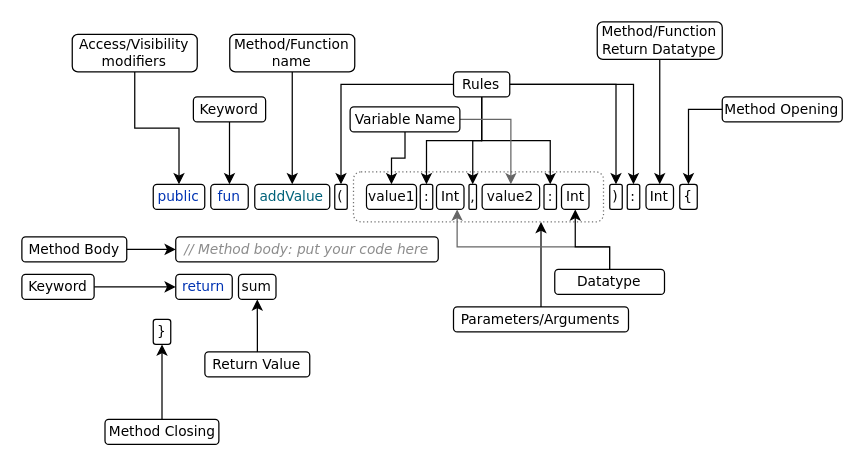
Earlier version of the draw.io diagram page "Page-7" (7 of 10) of Tutorial - Kotlin/Kotlin Tutorial For Beginners/Kotlin Tutorial For Beginners - 02 Variables.drawio (rzrasel/temp-and-app). Source tidied: cells renumbered, new cells numbered last; positions are measured from the earlier drawing's top-left corner, leaving out a move shared by most shapes. Both pictures are drawn from the tidied source at 125%, with x=0, y=0 at pixel (21, 21).
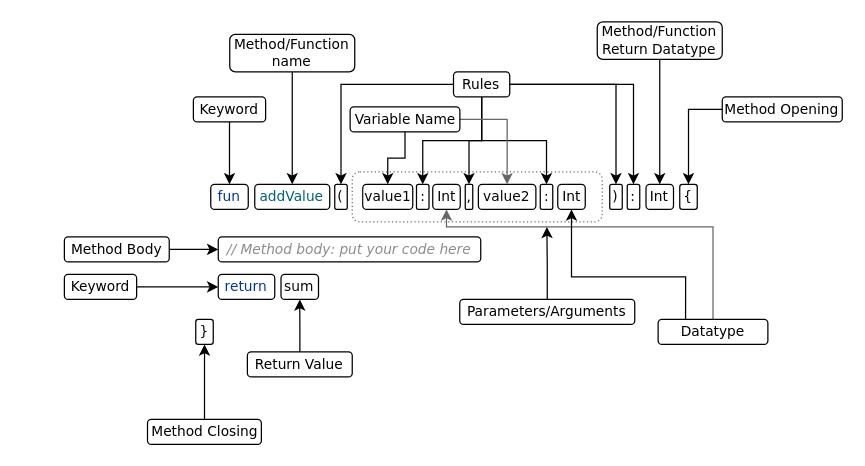
Above is the later version.

Unchanged cells that the change refers to:
```xml
<mxCell id="3" style="rounded=1;whiteSpace=wrap;html=1;fontFamily=Verdana;fontSize=11;dashed=1;dashPattern=1 2;strokeColor=#707070;" parent="2" vertex="1">
  <mxGeometry width="200" height="40" as="geometry" />
</mxCell>
```

What changed in the source:
```diff
@@
     <mxCell id="2" style="group;" parent="1" vertex="1">
-      <mxGeometry x="265.3" y="120" width="200" height="40" as="geometry" />
+      <mxGeometry x="264.3" y="120" width="200" height="40" as="geometry" />
     </mxCell>
@@
     <mxCell id="4" value="&lt;span style=&quot;text-align: justify ; color: rgb(8 , 8 , 8) ; background-color: rgb(255 , 255 , 255) ; vertical-align: baseline&quot;&gt;value1&lt;/span&gt;" style="rounded=1;whiteSpace=wrap;html=1;fontFamily=Verdana;fontSize=11;" parent="2" vertex="1">
-      <mxGeometry x="10.4" y="10" width="40" height="20" as="geometry" />
+      <mxGeometry x="8.4" y="10" width="40" height="20" as="geometry" />
     </mxCell>
     <mxCell id="5" value="&lt;span style=&quot;text-align: justify ; color: rgb(8 , 8 , 8) ; background-color: rgb(255 , 255 , 255) ; vertical-align: baseline&quot;&gt;:&lt;/span&gt;" style="rounded=1;whiteSpace=wrap;html=1;fontFamily=Verdana;fontSize=11;" parent="2" vertex="1">
-      <mxGeometry x="53.4" y="10" width="10" height="20" as="geometry" />
+      <mxGeometry x="51.4" y="10" width="10" height="20" as="geometry" />
     </mxCell>
     <mxCell id="6" value="&lt;span style=&quot;text-align: justify ; background-color: rgb(255 , 255 , 255) ; vertical-align: baseline&quot;&gt;Int&lt;/span&gt;" style="rounded=1;whiteSpace=wrap;html=1;fontFamily=Verdana;fontSize=11;" parent="2" vertex="1">
-      <mxGeometry x="66.4" y="10" width="22" height="20" as="geometry" />
+      <mxGeometry x="64.4" y="10" width="22" height="20" as="geometry" />
     </mxCell>
     <mxCell id="7" value="&lt;span style=&quot;text-align: justify ; color: rgb(8 , 8 , 8) ; background-color: rgb(255 , 255 , 255) ; vertical-align: baseline&quot;&gt;,&lt;/span&gt;" style="rounded=1;whiteSpace=wrap;html=1;fontFamily=Verdana;fontSize=11;" parent="2" vertex="1">
-      <mxGeometry x="92.4" y="10" width="6" height="20" as="geometry" />
+      <mxGeometry x="90.4" y="10" width="6" height="20" as="geometry" />
     </mxCell>
     <mxCell id="8" value="&lt;span style=&quot;text-align: justify ; color: rgb(8 , 8 , 8) ; background-color: rgb(255 , 255 , 255) ; vertical-align: baseline&quot;&gt;value2&lt;/span&gt;" style="rounded=1;whiteSpace=wrap;html=1;fontFamily=Verdana;fontSize=11;" parent="2" vertex="1">
-      <mxGeometry x="102.9" y="10" width="46" height="20" as="geometry" />
+      <mxGeometry x="100.9" y="10" width="46" height="20" as="geometry" />
     </mxCell>
     <mxCell id="9" value="&lt;span style=&quot;text-align: justify ; color: rgb(8 , 8 , 8) ; background-color: rgb(255 , 255 , 255) ; vertical-align: baseline&quot;&gt;:&lt;/span&gt;" style="rounded=1;whiteSpace=wrap;html=1;fontFamily=Verdana;fontSize=11;" parent="2" vertex="1">
-      <mxGeometry x="152.4" y="10" width="10" height="20" as="geometry" />
+      <mxGeometry x="150.4" y="10" width="10" height="20" as="geometry" />
     </mxCell>
     <mxCell id="10" value="&lt;span style=&quot;text-align: justify ; background-color: rgb(255 , 255 , 255) ; vertical-align: baseline&quot;&gt;Int&lt;/span&gt;" style="rounded=1;whiteSpace=wrap;html=1;fontFamily=Verdana;fontSize=11;" parent="2" vertex="1">
-      <mxGeometry x="166.4" y="10" width="22" height="20" as="geometry" />
+      <mxGeometry x="164.4" y="10" width="22" height="20" as="geometry" />
     </mxCell>
@@
     <mxCell id="14" value="Return Value" style="rounded=1;whiteSpace=wrap;html=1;fontFamily=Verdana;fontSize=11;" parent="1" vertex="1">
-      <mxGeometry x="146.4" y="264" width="83.9" height="20" as="geometry" />
+      <mxGeometry x="180.4" y="264" width="83.9" height="20" as="geometry" />
     </mxCell>
@@
-    <mxCell id="17" value="&lt;span style=&quot;text-align: justify ; color: rgb(0 , 51 , 179) ; background-color: rgb(255 , 255 , 255) ; vertical-align: baseline&quot;&gt;public&lt;/span&gt;" style="rounded=1;whiteSpace=wrap;html=1;fontFamily=Verdana;fontSize=11;" parent="1" vertex="1">
-      <mxGeometry x="105.1" y="130" width="41.2" height="20" as="geometry" />
-    </mxCell>
@@
     <mxCell id="25" value="&lt;span style=&quot;color: rgb(140 , 140 , 140) ; font-style: italic ; text-align: justify ; background-color: rgb(255 , 255 , 255)&quot;&gt;// Method body: put your code here&lt;/span&gt;" style="rounded=1;whiteSpace=wrap;html=1;fontFamily=Verdana;fontSize=11;" parent="1" vertex="1">
-      <mxGeometry x="123.1" y="172" width="210" height="20" as="geometry" />
+      <mxGeometry x="157.1" y="172" width="210" height="20" as="geometry" />
     </mxCell>
     <mxCell id="26" value="&lt;span style=&quot;text-align: justify ; color: rgb(0 , 51 , 179) ; background-color: rgb(255 , 255 , 255) ; vertical-align: baseline&quot;&gt;return&lt;/span&gt;" style="rounded=1;whiteSpace=wrap;html=1;fontFamily=Verdana;fontSize=11;" parent="1" vertex="1">
-      <mxGeometry x="123.1" y="202" width="45.2" height="20" as="geometry" />
+      <mxGeometry x="157.1" y="202" width="45.2" height="20" as="geometry" />
     </mxCell>
     <mxCell id="27" value="&lt;span style=&quot;text-align: justify ; color: rgb(8 , 8 , 8) ; background-color: rgb(255 , 255 , 255) ; vertical-align: baseline&quot;&gt;sum&lt;/span&gt;" style="rounded=1;whiteSpace=wrap;html=1;fontFamily=Verdana;fontSize=11;" parent="1" vertex="1">
-      <mxGeometry x="173.3" y="202" width="30" height="20" as="geometry" />
+      <mxGeometry x="207.3" y="202" width="30" height="20" as="geometry" />
     </mxCell>
     <mxCell id="28" value="&lt;span style=&quot;color: rgb(8 , 8 , 8) ; text-align: justify ; background-color: rgb(255 , 255 , 255)&quot;&gt;}&lt;/span&gt;" style="rounded=1;whiteSpace=wrap;html=1;fontFamily=Verdana;fontSize=11;" parent="1" vertex="1">
-      <mxGeometry x="105.1" y="238" width="14" height="20" as="geometry" />
+      <mxGeometry x="139.1" y="238" width="14" height="20" as="geometry" />
     </mxCell>
-    <mxCell id="29" style="edgeStyle=orthogonalEdgeStyle;rounded=0;jettySize=auto;html=1;entryX=0.5;entryY=0;entryDx=0;entryDy=0;fontFamily=Verdana;fontSize=11;" parent="1" edge="1" source="30" target="17">
-      <mxGeometry relative="1" as="geometry" />
-    </mxCell>
-    <mxCell id="30" value="Access/Visibility&lt;br style=&quot;font-size: 11px;&quot;&gt;modifiers" style="rounded=1;whiteSpace=wrap;html=1;fontFamily=Verdana;fontSize=11;" parent="1" vertex="1">
-      <mxGeometry x="40.3" y="10" width="100" height="30" as="geometry" />
-    </mxCell>
@@
     <mxCell id="32" value="Method Closing" style="rounded=1;whiteSpace=wrap;html=1;fontFamily=Verdana;fontSize=11;" parent="1" vertex="1">
-      <mxGeometry x="66.5" y="318" width="91.1" height="20" as="geometry" />
+      <mxGeometry x="100.5" y="318" width="91.1" height="20" as="geometry" />
     </mxCell>
@@
     <mxCell id="34" value="Keyword" style="rounded=1;whiteSpace=wrap;html=1;fontFamily=Verdana;fontSize=11;" parent="1" vertex="1">
-      <mxGeometry y="202" width="57.8" height="20" as="geometry" />
+      <mxGeometry x="34" y="202" width="57.8" height="20" as="geometry" />
     </mxCell>
@@
-    <mxCell id="37" style="edgeStyle=orthogonalEdgeStyle;rounded=0;jettySize=auto;html=1;entryX=0.75;entryY=1;entryDx=0;entryDy=0;fontFamily=Verdana;fontSize=11;" parent="1" edge="1" source="38" target="3">
-      <mxGeometry relative="1" as="geometry" />
+    <mxCell id="37" style="edgeStyle=orthogonalEdgeStyle;rounded=0;jettySize=auto;html=1;fontFamily=Verdana;fontSize=11;" parent="1" edge="1" source="38">
+      <mxGeometry relative="1" as="geometry">
+        <mxPoint x="420" y="164" as="targetPoint" />
+      </mxGeometry>
     </mxCell>
     <mxCell id="38" value="Parameters/Arguments" style="rounded=1;whiteSpace=wrap;html=1;fontFamily=Verdana;fontSize=11;" parent="1" vertex="1">
-      <mxGeometry x="345.3" y="228" width="140" height="20" as="geometry" />
+      <mxGeometry x="350.3" y="222" width="140" height="20" as="geometry" />
     </mxCell>
@@
     <mxCell id="40" value="Method Body" style="rounded=1;whiteSpace=wrap;html=1;fontFamily=Verdana;fontSize=11;" parent="1" vertex="1">
-      <mxGeometry y="172" width="83.9" height="20" as="geometry" />
+      <mxGeometry x="34" y="172" width="83.9" height="20" as="geometry" />
     </mxCell>
@@
-    <mxCell id="53" style="edgeStyle=orthogonalEdgeStyle;rounded=0;sketch=0;jettySize=auto;html=1;fontFamily=Verdana;fontSize=11;strokeColor=#666666;entryX=0.75;entryY=1;entryDx=0;entryDy=0;exitX=0.5;exitY=0;exitDx=0;exitDy=0;" parent="1" edge="1" source="54" target="6">
+    <mxCell id="53" style="edgeStyle=orthogonalEdgeStyle;rounded=0;sketch=0;jettySize=auto;html=1;fontFamily=Verdana;fontSize=11;strokeColor=#666666;entryX=0.5;entryY=1;entryDx=0;entryDy=0;exitX=0.5;exitY=0;exitDx=0;exitDy=0;" parent="1" edge="1" source="54" target="6">
       <mxGeometry relative="1" as="geometry">
         <Array as="points">
-          <mxPoint x="470.3" y="180" />
-          <mxPoint x="348.3" y="180" />
+          <mxPoint x="553" y="164" />
+          <mxPoint x="340" y="164" />
+          <mxPoint x="340" y="150" />
         </Array>
       </mxGeometry>
     </mxCell>
     <mxCell id="54" value="Datatype" style="rounded=1;whiteSpace=wrap;html=1;fontFamily=Verdana;fontSize=11;" parent="1" vertex="1">
-      <mxGeometry x="426.3" y="198" width="87.8" height="20" as="geometry" />
+      <mxGeometry x="509" y="238" width="87.8" height="20" as="geometry" />
     </mxCell>
-    <mxCell id="55" style="edgeStyle=orthogonalEdgeStyle;rounded=0;sketch=0;jettySize=auto;html=1;entryX=0.5;entryY=1;entryDx=0;entryDy=0;fontFamily=Verdana;fontSize=11;strokeColor=#000000;" parent="1" edge="1" source="54" target="10">
+    <mxCell id="55" style="edgeStyle=orthogonalEdgeStyle;rounded=0;sketch=0;jettySize=auto;html=1;entryX=0.5;entryY=1;entryDx=0;entryDy=0;fontFamily=Verdana;fontSize=11;strokeColor=#000000;exitX=0.25;exitY=0;exitDx=0;exitDy=0;" parent="1" edge="1" source="54" target="10">
       <mxGeometry relative="1" as="geometry">
         <Array as="points">
-          <mxPoint x="470.3" y="180" />
-          <mxPoint x="442.3" y="180" />
+          <mxPoint x="531" y="204" />
+          <mxPoint x="440" y="204" />
+          <mxPoint x="440" y="150" />
         </Array>
       </mxGeometry>
     </mxCell>
```
